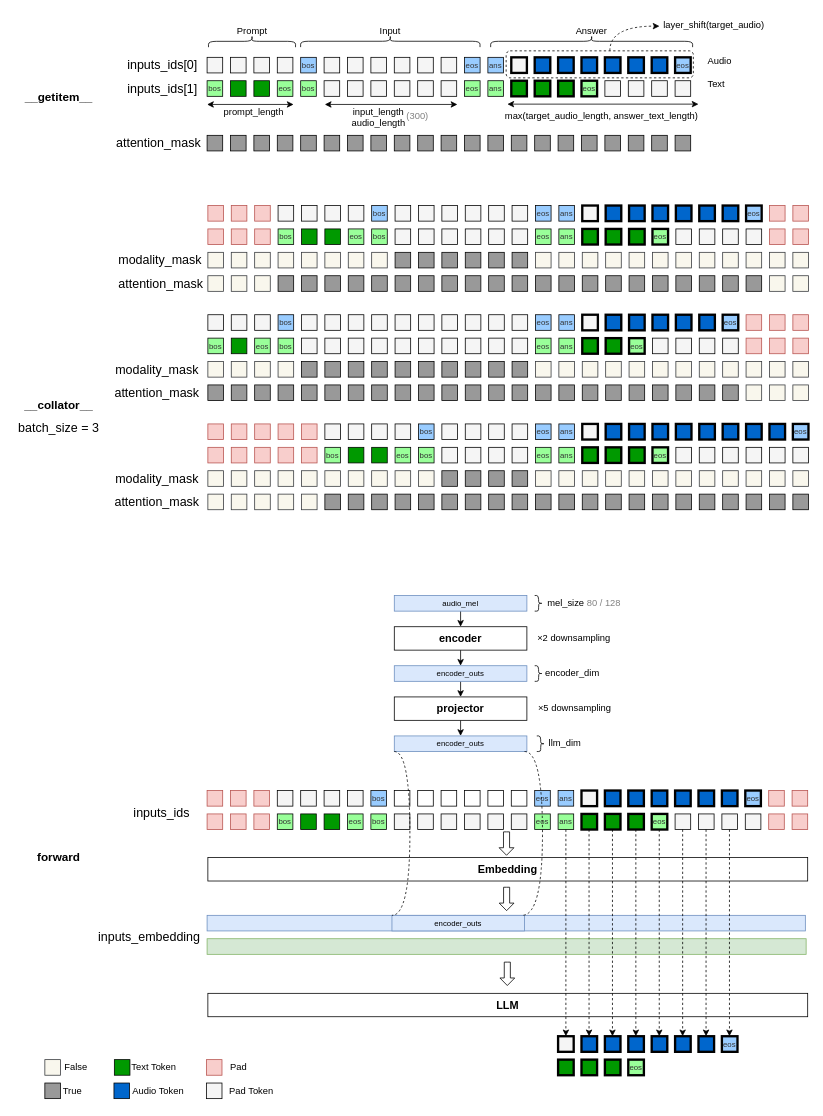
Before: Drafts/slam-omni-getitem.drawio in xrysamuel/my-drawio, a draw.io diagram. Source tidied: cells renumbered, new cells numbered last; positions are measured from the earlier drawing's top-left corner, leaving out a move shared by most shapes. Both pictures are drawn from the tidied source at 78%, with x=0, y=0 at pixel (13, -60).
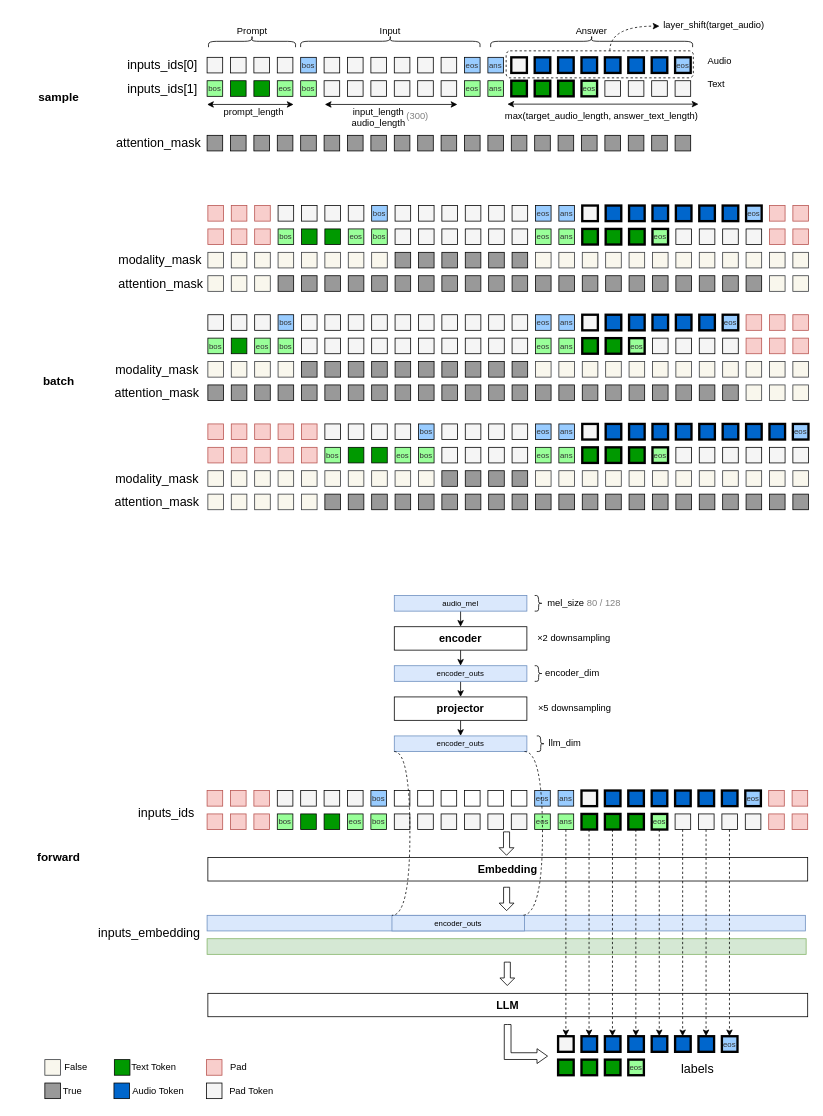
After the change.

Change to the diagram source:
```diff
@@
+    <mxCell id="491" style="rounded=0;whiteSpace=wrap;html=1;fillColor=#dae8fc;strokeColor=#6c8ebf;fontSize=10;align=center;verticalAlign=middle;fontFamily=Helvetica;strokeWidth=1;" parent="1" vertex="1">
+      <mxGeometry x="248" y="1250" width="767" height="20" as="geometry" />
+    </mxCell>
@@
-    <mxCell id="87" value="&lt;b&gt;&lt;font&gt;__getitem__&lt;/font&gt;&lt;/b&gt;" style="text;html=1;align=center;verticalAlign=middle;whiteSpace=wrap;rounded=0;fontSize=15;" parent="1" vertex="1">
+    <mxCell id="87" value="&lt;b&gt;&lt;font&gt;sample&lt;/font&gt;&lt;/b&gt;" style="text;html=1;align=center;verticalAlign=middle;whiteSpace=wrap;rounded=0;fontSize=15;" parent="1" vertex="1">
       <mxGeometry x="28" y="185.2" width="60" height="30" as="geometry" />
     </mxCell>
@@
-    <mxCell id="400" value="&lt;b&gt;&lt;font&gt;__collator__&lt;/font&gt;&lt;/b&gt;" style="text;html=1;align=center;verticalAlign=middle;whiteSpace=wrap;rounded=0;fontSize=15;" parent="1" vertex="1">
-      <mxGeometry x="28" y="580" width="60" height="30" as="geometry" />
+    <mxCell id="400" value="&lt;b&gt;&lt;font&gt;batch&lt;/font&gt;&lt;/b&gt;" style="text;html=1;align=center;verticalAlign=middle;whiteSpace=wrap;rounded=0;fontSize=15;" parent="1" vertex="1">
+      <mxGeometry x="28" y="550" width="60" height="30" as="geometry" />
     </mxCell>
@@
-    <mxCell id="404" value="&lt;font style=&quot;font-size: 16px;&quot;&gt;&lt;span&gt;batch_size = 3&lt;/span&gt;&lt;/font&gt;" style="text;html=1;align=center;verticalAlign=middle;whiteSpace=wrap;rounded=0;fontStyle=0;" parent="1" vertex="1">
-      <mxGeometry y="610" width="116.1" height="30" as="geometry" />
-    </mxCell>
@@
-    <mxCell id="491" style="rounded=0;whiteSpace=wrap;html=1;fillColor=#dae8fc;strokeColor=#6c8ebf;fontSize=10;align=center;verticalAlign=middle;fontFamily=Helvetica;strokeWidth=1;" parent="1" vertex="1">
-      <mxGeometry x="248" y="1250" width="767" height="20" as="geometry" />
-    </mxCell>
@@
     <mxCell id="520" value="&lt;font style=&quot;font-size: 16px;&quot;&gt;&lt;span&gt;inputs_ids&lt;/span&gt;&lt;/font&gt;" style="text;html=1;align=center;verticalAlign=middle;whiteSpace=wrap;rounded=0;fontStyle=0;" parent="1" vertex="1">
-      <mxGeometry x="131.9" y="1110" width="116.1" height="15.4" as="geometry" />
+      <mxGeometry x="138" y="1110" width="116.1" height="15.4" as="geometry" />
     </mxCell>
     <mxCell id="521" value="&lt;font style=&quot;font-size: 16px;&quot;&gt;&lt;span&gt;inputs_embedding&lt;/span&gt;&lt;/font&gt;" style="text;html=1;align=center;verticalAlign=middle;whiteSpace=wrap;rounded=0;fontStyle=0;" parent="1" vertex="1">
-      <mxGeometry x="116" y="1270" width="116.1" height="15.4" as="geometry" />
+      <mxGeometry x="116" y="1264.6" width="116.1" height="15.4" as="geometry" />
     </mxCell>
+    <mxCell id="522" value="&lt;font style=&quot;font-size: 16px;&quot;&gt;&lt;span&gt;labels&lt;/span&gt;&lt;/font&gt;" style="text;html=1;align=center;verticalAlign=middle;whiteSpace=wrap;rounded=0;fontStyle=0;" parent="1" vertex="1">
+      <mxGeometry x="819" y="1439.6" width="116.1" height="15.4" as="geometry" />
+    </mxCell>
+    <mxCell id="523" style="html=1;shadow=0;dashed=0;align=center;verticalAlign=middle;shape=mxgraph.arrows2.bendArrow;dy=4.33;dx=13.53;notch=0;arrowHead=19.02;rounded=0;rotation=-180;flipH=1;" parent="1" vertex="1">
+      <mxGeometry x="629" y="1390" width="55.5" height="50" as="geometry" />
+    </mxCell>
```
